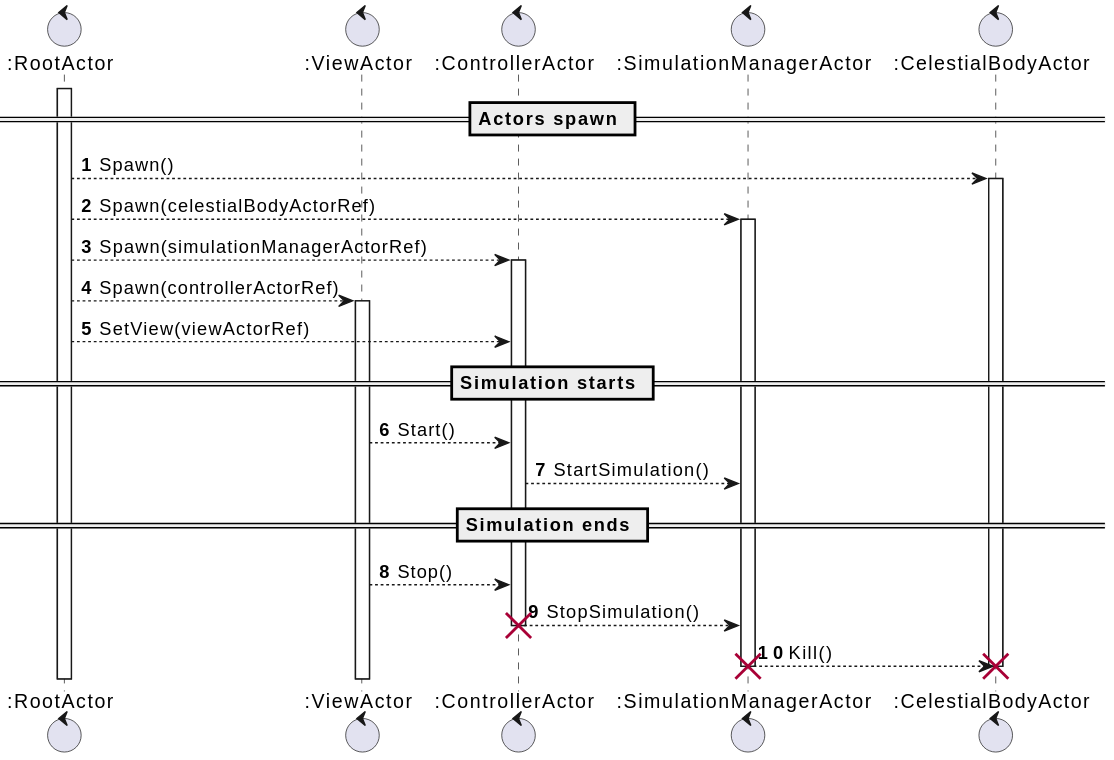
Earlier version of the PlantUML export docs/images/actors_lifecycle_sequence.svg (FilippoVissani/PPS-22-galaxy-sim).
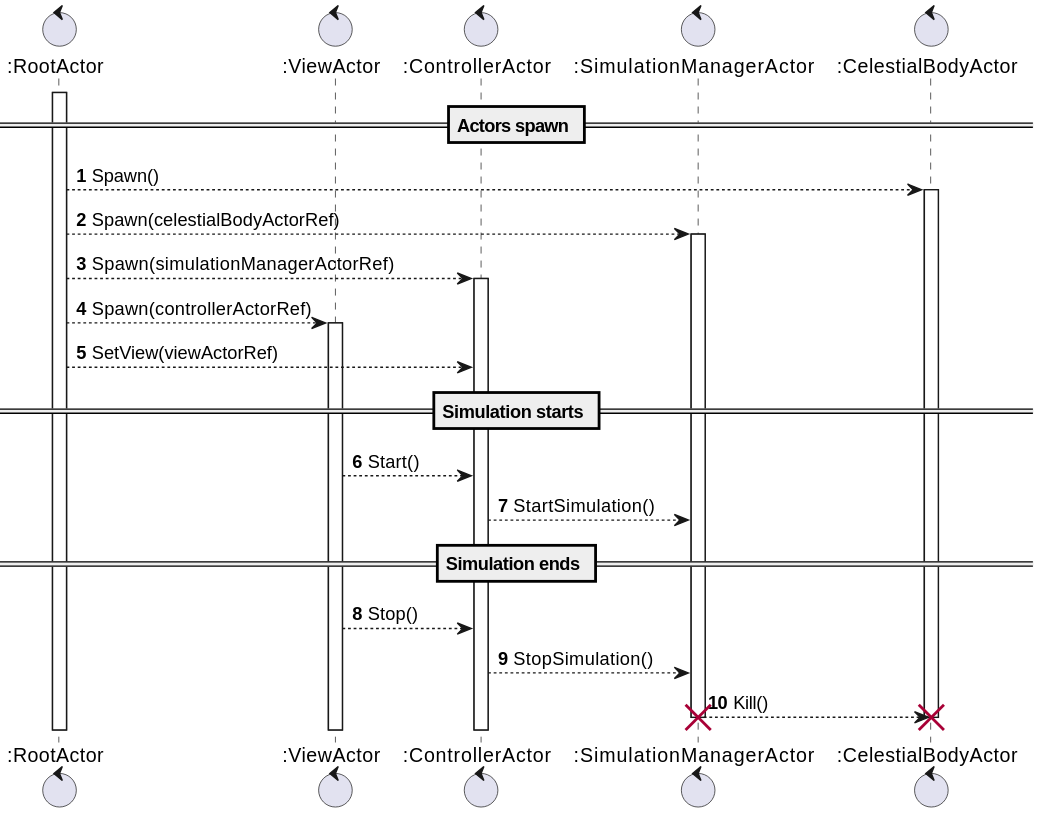
Above is the later version.

Commit message:
Restructured actors lifecycle sequence and added paragraphs in chapters 3, 4 and 5

Diff of the diagram source:
```diff
@@ -27,7 +27,6 @@
 == Simulation ends ==
 view --> controller: Stop()
 controller --> simulationManager: StopSimulation()
-destroy controller
 simulationManager --> celestialBody: Kill()
 destroy simulationManager
 destroy celestialBody
```
